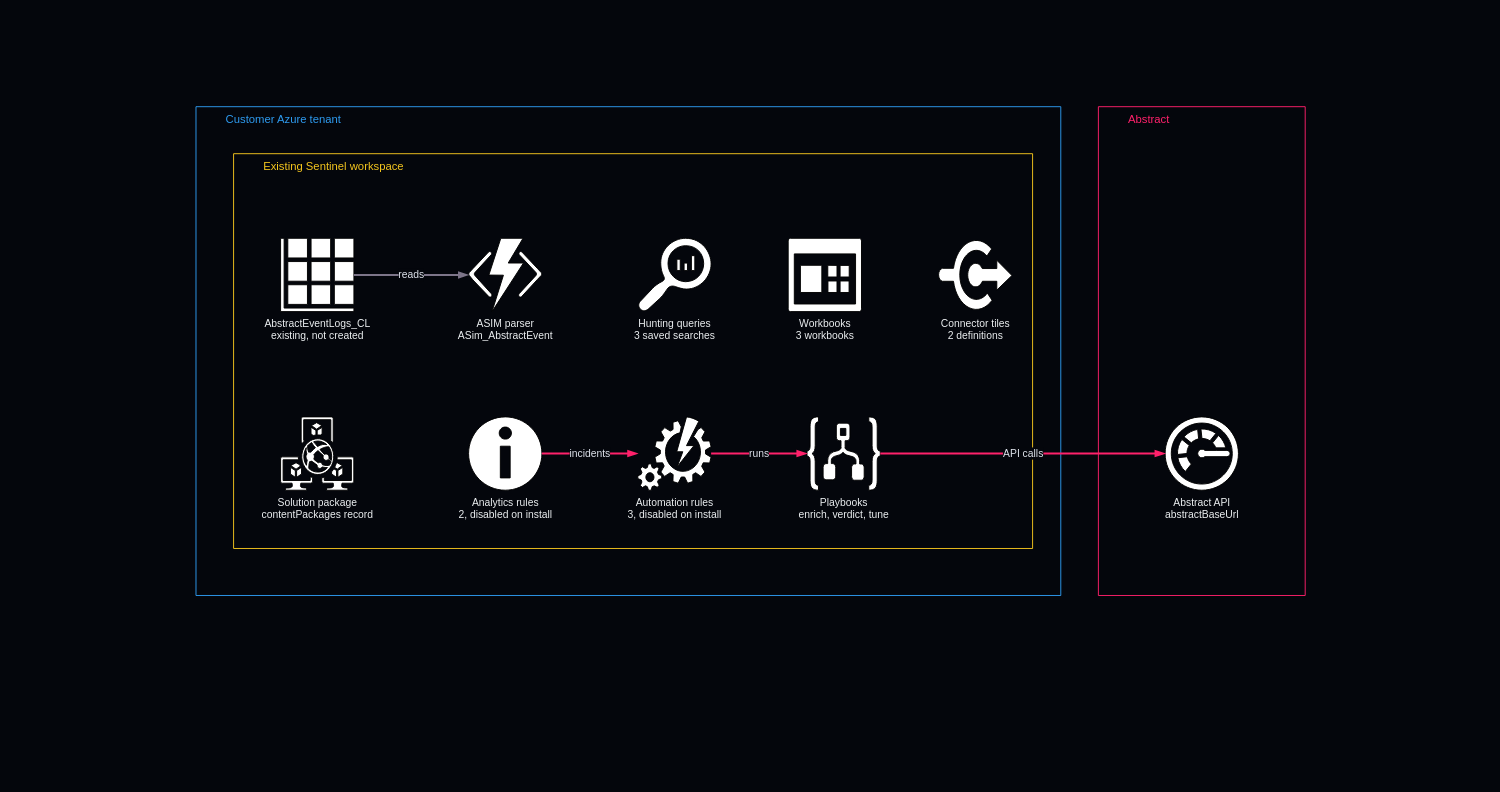
The draw.io diagram templates/azure/azure-destination-sentinel-content-pack/diagram.drawio in IamABS3C/abstract-cloud-templates, before the edit. Source tidied: cells renumbered, new cells numbered last; positions are measured from the earlier drawing's top-left corner, leaving out a move shared by most shapes. Both pictures are drawn from the tidied source at 94%, with x=0, y=0 at pixel (196, 106). Pictures stored in the file or linked from it are replaced by grey dashed boxes.
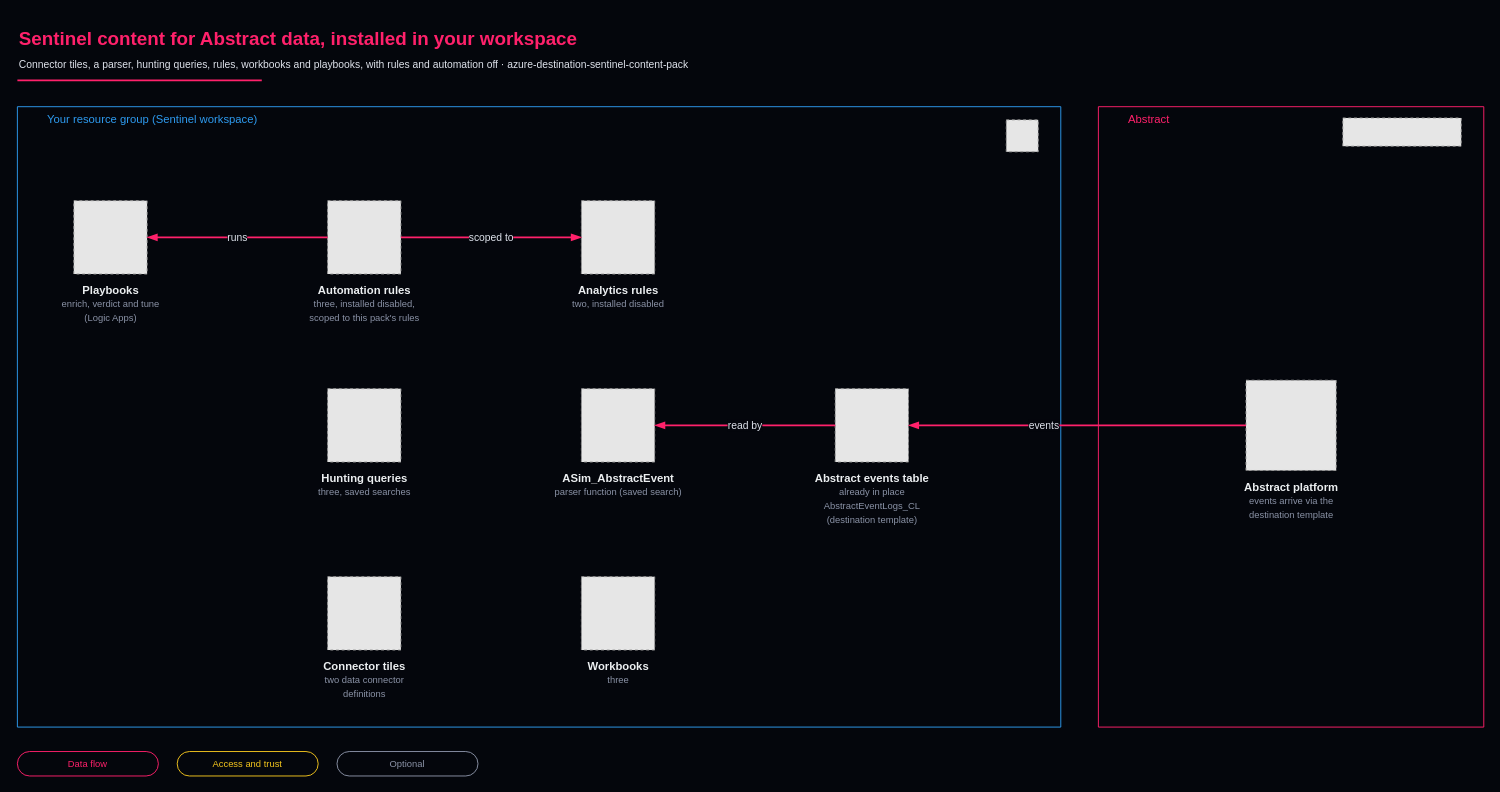
After the change.

What changed in the source:
```diff
@@
-    <mxCell id="2" value="Customer Azure tenant" style="gradientColor=none;html=1;whiteSpace=wrap;fontSize=12;fontStyle=0;shape=mxgraph.aws4.group;grStroke=1;strokeColor=#2e9bf0;fillColor=none;verticalAlign=top;fontColor=#2e9bf0;align=left;spacingLeft=30;" parent="1" vertex="1">
-      <mxGeometry width="920" height="520" as="geometry" />
-    </mxCell>
+    <mxCell id="19" value="Your resource group (Sentinel workspace)" style="gradientColor=none;html=1;whiteSpace=wrap;fontSize=12;fontStyle=0;shape=mxgraph.aws4.group;grStroke=1;strokeColor=#2e9bf0;fillColor=none;verticalAlign=top;fontColor=#2e9bf0;align=left;spacingLeft=30;" parent="1" vertex="1">
+      <mxGeometry x="-190" width="1110" height="660" as="geometry" />
+    </mxCell>
     <mxCell id="3" value="Abstract" style="gradientColor=none;html=1;whiteSpace=wrap;fontSize=12;fontStyle=0;shape=mxgraph.aws4.group;grStroke=1;strokeColor=#FF216B;fillColor=none;verticalAlign=top;fontColor=#FF216B;align=left;spacingLeft=30;" parent="1" vertex="1">
-      <mxGeometry x="960" width="220" height="520" as="geometry" />
+      <mxGeometry x="960" width="410" height="660" as="geometry" />
     </mxCell>
-    <mxCell id="4" value="Existing Sentinel workspace" style="gradientColor=none;html=1;whiteSpace=wrap;fontSize=12;fontStyle=0;shape=mxgraph.aws4.group;grStroke=1;strokeColor=#f5c61e;fillColor=none;verticalAlign=top;fontColor=#f5c61e;align=left;spacingLeft=30;" parent="2" vertex="1">
-      <mxGeometry x="40" y="50" width="850" height="420" as="geometry" />
-    </mxCell>
-    <mxCell id="5" value="AbstractEventLogs_CL&lt;br&gt;existing, not created" style="sketch=0;html=1;outlineConnect=0;fontColor=#ECEFF1;verticalLabelPosition=bottom;verticalAlign=top;align=center;fontSize=11;shape=mxgraph.mscae.enterprise.table;" parent="4" vertex="1">
-      <mxGeometry x="50" y="90" width="78" height="78" as="geometry" />
-    </mxCell>
+    <mxCell id="20" style="fillColor=#E6E6E6;strokeColor=#999999;dashed=1;html=1;verticalLabelPosition=bottom;verticalAlign=top;align=center;fontColor=#ECEFF1;fontSize=12;fontFamily=Barlow;spacingTop=4;" parent="19" vertex="1">
+      <mxGeometry x="1052" y="14" width="34" height="34" as="geometry" />
+    </mxCell>
+    <mxCell id="21" style="fillColor=#E6E6E6;strokeColor=#999999;dashed=1;html=1;verticalLabelPosition=bottom;verticalAlign=top;align=center;fontColor=#ECEFF1;fontSize=12;fontFamily=Barlow;spacingTop=4;" parent="3" vertex="1">
+      <mxGeometry x="260" y="12" width="126" height="30" as="geometry" />
+    </mxCell>
+    <mxCell id="22" value="&lt;b&gt;Abstract platform&lt;/b&gt;&lt;br&gt;&lt;span style='font-size:10px;color:#8b93a7'&gt;events arrive via the&lt;br&gt;destination template&lt;/span&gt;" style="fillColor=#E6E6E6;strokeColor=#999999;dashed=1;html=1;verticalLabelPosition=bottom;verticalAlign=top;align=center;fontColor=#ECEFF1;fontSize=12;fontFamily=Barlow;spacingTop=4;" parent="3" vertex="1">
+      <mxGeometry x="157" y="291" width="96" height="96" as="geometry" />
+    </mxCell>
+    <mxCell id="23" value="&lt;b&gt;Abstract events table&lt;/b&gt;&lt;br&gt;&lt;span style='font-size:10px;color:#8b93a7'&gt;already in place&lt;br&gt;AbstractEventLogs_CL&lt;br&gt;(destination template)&lt;/span&gt;" style="fillColor=#E6E6E6;strokeColor=#999999;dashed=1;html=1;verticalLabelPosition=bottom;verticalAlign=top;align=center;fontColor=#ECEFF1;fontSize=12;fontFamily=Barlow;spacingTop=4;" parent="19" vertex="1">
+      <mxGeometry x="870" y="300" width="78" height="78" as="geometry" />
+    </mxCell>
-    <mxCell id="6" value="ASIM parser&lt;br&gt;ASim_AbstractEvent" style="sketch=0;html=1;outlineConnect=0;fontColor=#ECEFF1;verticalLabelPosition=bottom;verticalAlign=top;align=center;fontSize=11;shape=mxgraph.mscae.cloud.functions;" parent="4" vertex="1">
-      <mxGeometry x="250" y="90" width="78" height="78" as="geometry" />
+    <mxCell id="6" value="&lt;b&gt;ASim_AbstractEvent&lt;/b&gt;&lt;br&gt;&lt;span style='font-size:10px;color:#8b93a7'&gt;parser function (saved search)&lt;/span&gt;" style="fillColor=#E6E6E6;strokeColor=#999999;dashed=1;html=1;verticalLabelPosition=bottom;verticalAlign=top;align=center;fontColor=#ECEFF1;fontSize=12;fontFamily=Barlow;spacingTop=4;" parent="19" vertex="1">
+      <mxGeometry x="600" y="300" width="78" height="78" as="geometry" />
     </mxCell>
-    <mxCell id="7" value="Hunting queries&lt;br&gt;3 saved searches" style="sketch=0;html=1;fontColor=#ECEFF1;verticalLabelPosition=bottom;verticalAlign=top;align=center;fontSize=11;shape=mxgraph.mscae.oms.log_search;" parent="4" vertex="1">
-      <mxGeometry x="430" y="90" width="78" height="78" as="geometry" />
+    <mxCell id="7" value="&lt;b&gt;Hunting queries&lt;/b&gt;&lt;br&gt;&lt;span style='font-size:10px;color:#8b93a7'&gt;three, saved searches&lt;/span&gt;" style="fillColor=#E6E6E6;strokeColor=#999999;dashed=1;html=1;verticalLabelPosition=bottom;verticalAlign=top;align=center;fontColor=#ECEFF1;fontSize=12;fontFamily=Barlow;spacingTop=4;" parent="19" vertex="1">
+      <mxGeometry x="330" y="300" width="78" height="78" as="geometry" />
     </mxCell>
+    <mxCell id="24" value="&lt;b&gt;Analytics rules&lt;/b&gt;&lt;br&gt;&lt;span style='font-size:10px;color:#8b93a7'&gt;two, installed disabled&lt;/span&gt;" style="fillColor=#E6E6E6;strokeColor=#999999;dashed=1;html=1;verticalLabelPosition=bottom;verticalAlign=top;align=center;fontColor=#ECEFF1;fontSize=12;fontFamily=Barlow;spacingTop=4;" parent="19" vertex="1">
+      <mxGeometry x="600" y="100" width="78" height="78" as="geometry" />
+    </mxCell>
+    <mxCell id="12" value="&lt;b&gt;Automation rules&lt;/b&gt;&lt;br&gt;&lt;span style='font-size:10px;color:#8b93a7'&gt;three, installed disabled,&lt;br&gt;scoped to this pack's rules&lt;/span&gt;" style="fillColor=#E6E6E6;strokeColor=#999999;dashed=1;html=1;verticalLabelPosition=bottom;verticalAlign=top;align=center;fontColor=#ECEFF1;fontSize=12;fontFamily=Barlow;spacingTop=4;" parent="19" vertex="1">
+      <mxGeometry x="330" y="100" width="78" height="78" as="geometry" />
+    </mxCell>
+    <mxCell id="25" value="&lt;b&gt;Playbooks&lt;/b&gt;&lt;br&gt;&lt;span style='font-size:10px;color:#8b93a7'&gt;enrich, verdict and tune&lt;br&gt;(Logic Apps)&lt;/span&gt;" style="fillColor=#E6E6E6;strokeColor=#999999;dashed=1;html=1;verticalLabelPosition=bottom;verticalAlign=top;align=center;fontColor=#ECEFF1;fontSize=12;fontFamily=Barlow;spacingTop=4;" parent="19" vertex="1">
+      <mxGeometry x="60" y="100" width="78" height="78" as="geometry" />
+    </mxCell>
-    <mxCell id="8" value="Workbooks&lt;br&gt;3 workbooks" style="sketch=0;html=1;fontColor=#ECEFF1;verticalLabelPosition=bottom;verticalAlign=top;align=center;fontSize=11;shape=mxgraph.mscae.intune.dashboard;" parent="4" vertex="1">
-      <mxGeometry x="590" y="90" width="78" height="78" as="geometry" />
+    <mxCell id="8" value="&lt;b&gt;Workbooks&lt;/b&gt;&lt;br&gt;&lt;span style='font-size:10px;color:#8b93a7'&gt;three&lt;/span&gt;" style="fillColor=#E6E6E6;strokeColor=#999999;dashed=1;html=1;verticalLabelPosition=bottom;verticalAlign=top;align=center;fontColor=#ECEFF1;fontSize=12;fontFamily=Barlow;spacingTop=4;" parent="19" vertex="1">
+      <mxGeometry x="600" y="500" width="78" height="78" as="geometry" />
     </mxCell>
-    <mxCell id="9" value="Connector tiles&lt;br&gt;2 definitions" style="sketch=0;html=1;fontColor=#ECEFF1;verticalLabelPosition=bottom;verticalAlign=top;align=center;fontSize=11;shape=mxgraph.mscae.enterprise.connectors;" parent="4" vertex="1">
-      <mxGeometry x="750" y="90" width="78" height="78" as="geometry" />
-    </mxCell>
-    <mxCell id="10" value="Solution package&lt;br&gt;contentPackages record" style="sketch=0;html=1;fontColor=#ECEFF1;verticalLabelPosition=bottom;verticalAlign=top;align=center;fontSize=11;shape=mxgraph.mscae.enterprise.pack;" parent="4" vertex="1">
-      <mxGeometry x="50" y="280" width="78" height="78" as="geometry" />
-    </mxCell>
-    <mxCell id="11" value="Analytics rules&lt;br&gt;2, disabled on install" style="sketch=0;html=1;outlineConnect=0;fontColor=#ECEFF1;verticalLabelPosition=bottom;verticalAlign=top;align=center;fontSize=11;shape=mxgraph.mscae.intune.alerts;" parent="4" vertex="1">
-      <mxGeometry x="250" y="280" width="78" height="78" as="geometry" />
-    </mxCell>
-    <mxCell id="12" value="Automation rules&lt;br&gt;3, disabled on install" style="sketch=0;html=1;outlineConnect=0;fontColor=#ECEFF1;verticalLabelPosition=bottom;verticalAlign=top;align=center;fontSize=11;shape=mxgraph.azure.automation;" parent="4" vertex="1">
-      <mxGeometry x="430" y="280" width="78" height="78" as="geometry" />
-    </mxCell>
-    <mxCell id="13" value="Playbooks&lt;br&gt;enrich, verdict, tune" style="sketch=0;html=1;outlineConnect=0;fontColor=#ECEFF1;verticalLabelPosition=bottom;verticalAlign=top;align=center;fontSize=11;shape=mxgraph.mscae.cloud.logic_apps;" parent="4" vertex="1">
-      <mxGeometry x="610" y="280" width="78" height="78" as="geometry" />
-    </mxCell>
-    <mxCell id="14" value="Abstract API&lt;br&gt;abstractBaseUrl" style="sketch=0;html=1;outlineConnect=0;fontColor=#ECEFF1;verticalLabelPosition=bottom;verticalAlign=top;align=center;fontSize=11;shape=mxgraph.mscae.cloud.monitor;" parent="3" vertex="1">
-      <mxGeometry x="71" y="330" width="78" height="78" as="geometry" />
-    </mxCell>
+    <mxCell id="26" value="&lt;b&gt;Connector tiles&lt;/b&gt;&lt;br&gt;&lt;span style='font-size:10px;color:#8b93a7'&gt;two data connector&lt;br&gt;definitions&lt;/span&gt;" style="fillColor=#E6E6E6;strokeColor=#999999;dashed=1;html=1;verticalLabelPosition=bottom;verticalAlign=top;align=center;fontColor=#ECEFF1;fontSize=12;fontFamily=Barlow;spacingTop=4;" parent="19" vertex="1">
+      <mxGeometry x="330" y="500" width="78" height="78" as="geometry" />
+    </mxCell>
-    <mxCell id="15" value="reads" style="edgeStyle=orthogonalEdgeStyle;rounded=1;html=1;jettySize=auto;strokeColor=#7D7589;strokeWidth=2;fontColor=#dfe3ec;fontFamily=Barlow;fontSize=11;labelBackgroundColor=#04060c;endArrow=blockThin;endFill=1;exitX=1;exitY=0.5;exitDx=0;exitDy=0;entryX=0;entryY=0.5;entryDx=0;entryDy=0;" parent="1" edge="1" source="5" target="6">
-      <mxGeometry relative="1" as="geometry" />
+    <mxCell id="15" value="events" style="edgeStyle=orthogonalEdgeStyle;rounded=1;html=1;jettySize=auto;strokeColor=#FF216B;strokeWidth=2;fontColor=#dfe3ec;fontFamily=Barlow;fontSize=11;labelBackgroundColor=#04060c;endArrow=blockThin;endFill=1;exitX=0;exitY=0.5;exitDx=0;exitDy=0;entryX=1;entryY=0.5;entryDx=0;entryDy=0;" parent="1" edge="1" source="22" target="23">
+      <mxGeometry x="0.2" relative="1" as="geometry" />
     </mxCell>
-    <mxCell id="16" value="incidents" style="edgeStyle=orthogonalEdgeStyle;rounded=1;html=1;jettySize=auto;strokeColor=#FF216B;strokeWidth=2;fontColor=#dfe3ec;fontFamily=Barlow;fontSize=11;labelBackgroundColor=#04060c;endArrow=blockThin;endFill=1;flowAnimation=1;exitX=1;exitY=0.5;exitDx=0;exitDy=0;entryX=0;entryY=0.5;entryDx=0;entryDy=0;" parent="1" edge="1" source="11" target="12">
+    <mxCell id="16" value="read by" style="edgeStyle=orthogonalEdgeStyle;rounded=1;html=1;jettySize=auto;strokeColor=#FF216B;strokeWidth=2;fontColor=#dfe3ec;fontFamily=Barlow;fontSize=11;labelBackgroundColor=#04060c;endArrow=blockThin;endFill=1;exitX=0;exitY=0.5;exitDx=0;exitDy=0;entryX=1;entryY=0.5;entryDx=0;entryDy=0;" parent="1" edge="1" source="23" target="6">
       <mxGeometry relative="1" as="geometry" />
     </mxCell>
-    <mxCell id="17" value="runs" style="edgeStyle=orthogonalEdgeStyle;rounded=1;html=1;jettySize=auto;strokeColor=#FF216B;strokeWidth=2;fontColor=#dfe3ec;fontFamily=Barlow;fontSize=11;labelBackgroundColor=#04060c;endArrow=blockThin;endFill=1;flowAnimation=1;exitX=1;exitY=0.5;exitDx=0;exitDy=0;entryX=0;entryY=0.5;entryDx=0;entryDy=0;" parent="1" edge="1" source="12" target="13">
+    <mxCell id="17" value="scoped to" style="edgeStyle=orthogonalEdgeStyle;rounded=1;html=1;jettySize=auto;strokeColor=#FF216B;strokeWidth=2;fontColor=#dfe3ec;fontFamily=Barlow;fontSize=11;labelBackgroundColor=#04060c;endArrow=blockThin;endFill=1;exitX=1;exitY=0.5;exitDx=0;exitDy=0;entryX=0;entryY=0.5;entryDx=0;entryDy=0;" parent="1" edge="1" source="12" target="24">
       <mxGeometry relative="1" as="geometry" />
     </mxCell>
-    <mxCell id="18" value="API calls" style="edgeStyle=orthogonalEdgeStyle;rounded=1;html=1;jettySize=auto;strokeColor=#FF216B;strokeWidth=2;fontColor=#dfe3ec;fontFamily=Barlow;fontSize=11;labelBackgroundColor=#04060c;endArrow=blockThin;endFill=1;flowAnimation=1;exitX=1;exitY=0.5;exitDx=0;exitDy=0;entryX=0;entryY=0.5;entryDx=0;entryDy=0;" parent="1" edge="1" source="13" target="14">
+    <mxCell id="18" value="runs" style="edgeStyle=orthogonalEdgeStyle;rounded=1;html=1;jettySize=auto;strokeColor=#FF216B;strokeWidth=2;fontColor=#dfe3ec;fontFamily=Barlow;fontSize=11;labelBackgroundColor=#04060c;endArrow=blockThin;endFill=1;exitX=0;exitY=0.5;exitDx=0;exitDy=0;entryX=1;entryY=0.5;entryDx=0;entryDy=0;" parent="1" edge="1" source="12" target="25">
       <mxGeometry relative="1" as="geometry" />
     </mxCell>
+    <mxCell id="27" value="&lt;span style='font-size:20px;color:#FF216B'&gt;&lt;b&gt;Sentinel content for Abstract data, installed in your workspace&lt;/b&gt;&lt;/span&gt;&lt;br&gt;&lt;span style='font-size:11px'&gt;Connector tiles, a parser, hunting queries, rules, workbooks and playbooks, with rules and automation off   ·   azure-destination-sentinel-content-pack&lt;/span&gt;" style="text;html=1;align=left;verticalAlign=middle;whiteSpace=wrap;fontFamily=Barlow Semi Condensed;fontColor=#dfe3ec;fontSize=20;" parent="1" vertex="1">
+      <mxGeometry x="-190" y="-96" width="1200" height="70" as="geometry" />
+    </mxCell>
+    <mxCell id="28" style="line;strokeWidth=2;html=1;strokeColor=#FF216B;" parent="1" vertex="1">
+      <mxGeometry x="-190" y="-32" width="260" height="8" as="geometry" />
+    </mxCell>
+    <mxCell id="29" value="Data flow" style="rounded=1;arcSize=50;html=1;whiteSpace=wrap;fillColor=#04060c;strokeColor=#FF216B;strokeWidth=1;fontColor=#FF216B;fontFamily=JetBrains Mono;fontSize=10;verticalAlign=middle;align=center;" parent="1" vertex="1">
+      <mxGeometry x="-190" y="686" width="150" height="26" as="geometry" />
+    </mxCell>
+    <mxCell id="30" value="Access and trust" style="rounded=1;arcSize=50;html=1;whiteSpace=wrap;fillColor=#04060c;strokeColor=#f5c61e;strokeWidth=1;fontColor=#f5c61e;fontFamily=JetBrains Mono;fontSize=10;verticalAlign=middle;align=center;" parent="1" vertex="1">
+      <mxGeometry x="-20" y="686" width="150" height="26" as="geometry" />
+    </mxCell>
+    <mxCell id="31" value="Optional" style="rounded=1;arcSize=50;html=1;whiteSpace=wrap;fillColor=#04060c;strokeColor=#8b93a7;strokeWidth=1;fontColor=#8b93a7;fontFamily=JetBrains Mono;fontSize=10;verticalAlign=middle;align=center;" parent="1" vertex="1">
+      <mxGeometry x="150" y="686" width="150" height="26" as="geometry" />
+    </mxCell>
```
